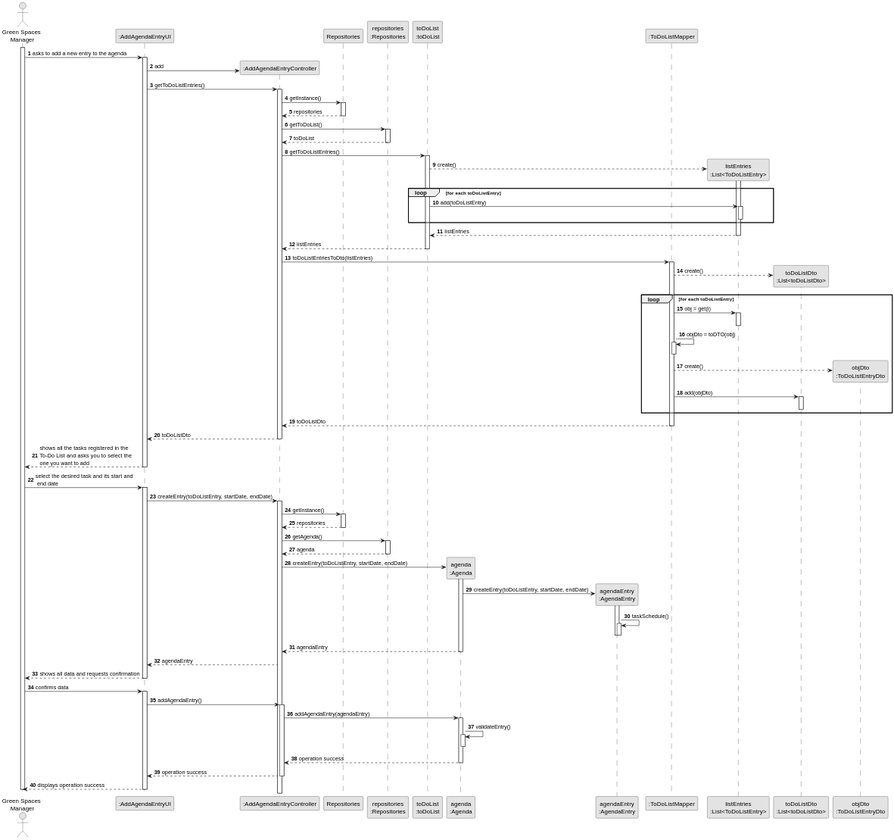
diogoveirospro/lei-24-s2-1dg-g072 keeps this PlantUML diagram as docs/sprintC/us022/03.design/svg/us022-sequence-diagram-full.svg. Above is the earlier version. The source it was exported from:
```plantuml
@startuml
skinparam monochrome true
skinparam packageStyle rectangle
skinparam shadowing false

autonumber

actor "Green Spaces\n Manager" as GSM
participant ":AddAgendaEntryUI" as UI
participant ":AddAgendaEntryController" as CTRL
participant Repositories
participant "repositories\n:Repositories" as REP
participant "toDoList\n:toDoList" as TODOLIST
participant "agenda\n:Agenda" as AGENDA
participant "agendaEntry\n:AgendaEntry" as AGENDAENTRY
participant ":ToDoListMapper" as TODOLISTMAPPER
participant "listEntries\n:List<ToDoListEntry>" as LISTENTRIES
participant "toDoListDto\n:List<toDoListDto>" as TODOLISTDTO
participant "objDto\n:ToDoListEntryDto" as TODOLISTENTRYDTO

activate GSM

    GSM -> UI : asks to add a new entry to the agenda
    activate UI

        UI -> CTRL** : add

        UI -> CTRL : getToDoListEntries()
        activate CTRL

           CTRL -> Repositories: getInstance()
           activate Repositories

                Repositories --> CTRL: repositories
           deactivate Repositories

           CTRL -> REP: getToDoList()
           activate REP

                REP --> CTRL: toDoList
           deactivate REP

            CTRL -> TODOLIST : getToDoListEntries()
            activate TODOLIST

                    TODOLIST --> LISTENTRIES** : create()
                    activate LISTENTRIES

                        loop for each toDoListEntry
                            TODOLIST -> LISTENTRIES : add(toDoListEntry)
                            activate LISTENTRIES
                            deactivate LISTENTRIES
                        end

                        LISTENTRIES --> TODOLIST : listEntries
                    deactivate LISTENTRIES


                TODOLIST --> CTRL : listEntries
            deactivate TODOLIST

            CTRL -> TODOLISTMAPPER : toDoListEntriesToDto(listEntries)
            activate TODOLISTMAPPER

                TODOLISTMAPPER --> TODOLISTDTO** : create()

                loop for each toDoListEntry
                    TODOLISTMAPPER -> LISTENTRIES : obj = get(i)
                    activate LISTENTRIES
                    deactivate LISTENTRIES

                    TODOLISTMAPPER -> TODOLISTMAPPER : objDto = toDTO(obj)
                    activate TODOLISTMAPPER
                    deactivate TODOLISTMAPPER

                    TODOLISTMAPPER --> TODOLISTENTRYDTO** : create()

                    TODOLISTMAPPER -> TODOLISTDTO : add(objDto)
                    activate TODOLISTDTO
                    deactivate TODOLISTDTO

                end

                TODOLISTMAPPER --> CTRL : toDoListDto
            deactivate TODOLISTMAPPER

            CTRL --> UI : toDoListDto
        deactivate CTRL

        UI --> GSM: shows all the tasks registered in the \nTo-Do List and asks you to select the \none you want to add
    deactivate UI

    GSM -> UI: select the desired task and its start and\n end date
    activate UI

        UI -> CTRL : createEntry(toDoListEntry, startDate, endDate)
        activate CTRL

            CTRL -> Repositories: getInstance()
            activate Repositories

                Repositories --> CTRL: repositories
            deactivate Repositories

            CTRL -> REP: getAgenda()
            activate REP

                REP --> CTRL: agenda
            deactivate REP

            CTRL -> AGENDA** : createEntry(toDoListEntry, startDate, endDate)
            activate AGENDA

                AGENDA -> AGENDAENTRY** : createEntry(toDoListEntry, startDate, endDate)
                activate AGENDAENTRY

                AGENDAENTRY -> AGENDAENTRY : taskSchedule()
                activate AGENDAENTRY
                deactivate AGENDAENTRY

                deactivate AGENDAENTRY

                AGENDA --> CTRL : agendaEntry
                deactivate AGENDA

            CTRL --> UI : agendaEntry

        UI --> GSM: shows all data and requests confirmation
    deactivate UI

    GSM -> UI: confirms data
    activate UI

        UI -> CTRL : addAgendaEntry()
        activate CTRL

            CTRL -> AGENDA : addAgendaEntry(agendaEntry)
            activate AGENDA

            AGENDA -> AGENDA : validateEntry()
            activate AGENDA

            deactivate AGENDA

            AGENDA --> CTRL : operation success
            deactivate AGENDA

            CTRL --> UI : operation success
        deactivate CTRL

        UI --> GSM: displays operation success
    deactivate UI

deactivate GSM
@enduml
```
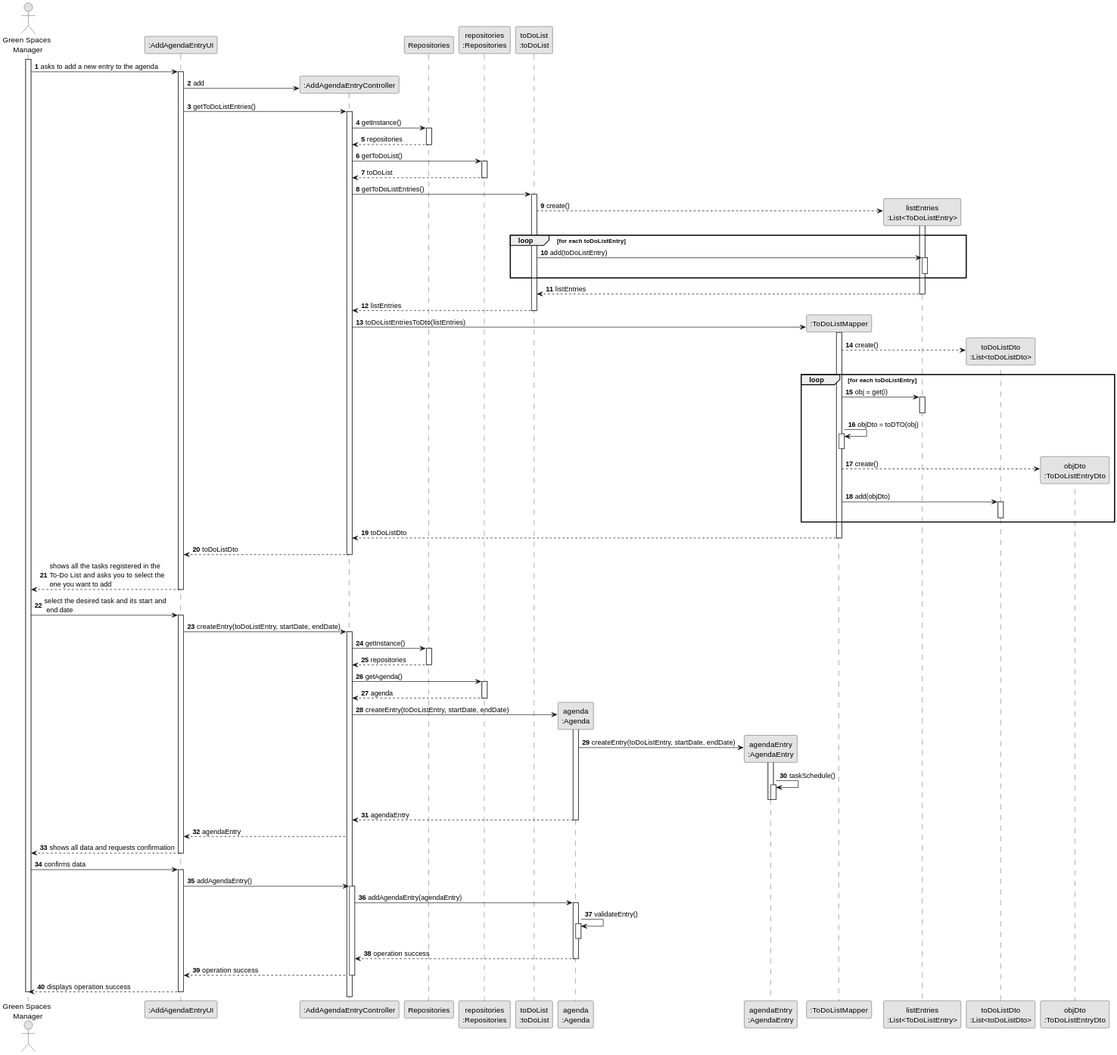
Later version of the same file.

Commit message:
Correction of some errors in the US22 analysis and continuation of its design.

Change to the diagram source:
```diff
@@ -59,7 +59,7 @@
                 TODOLIST --> CTRL : listEntries
             deactivate TODOLIST
 
-            CTRL -> TODOLISTMAPPER : toDoListEntriesToDto(listEntries)
+            CTRL -> TODOLISTMAPPER** : toDoListEntriesToDto(listEntries)
             activate TODOLISTMAPPER
 
                 TODOLISTMAPPER --> TODOLISTDTO** : create()
```
